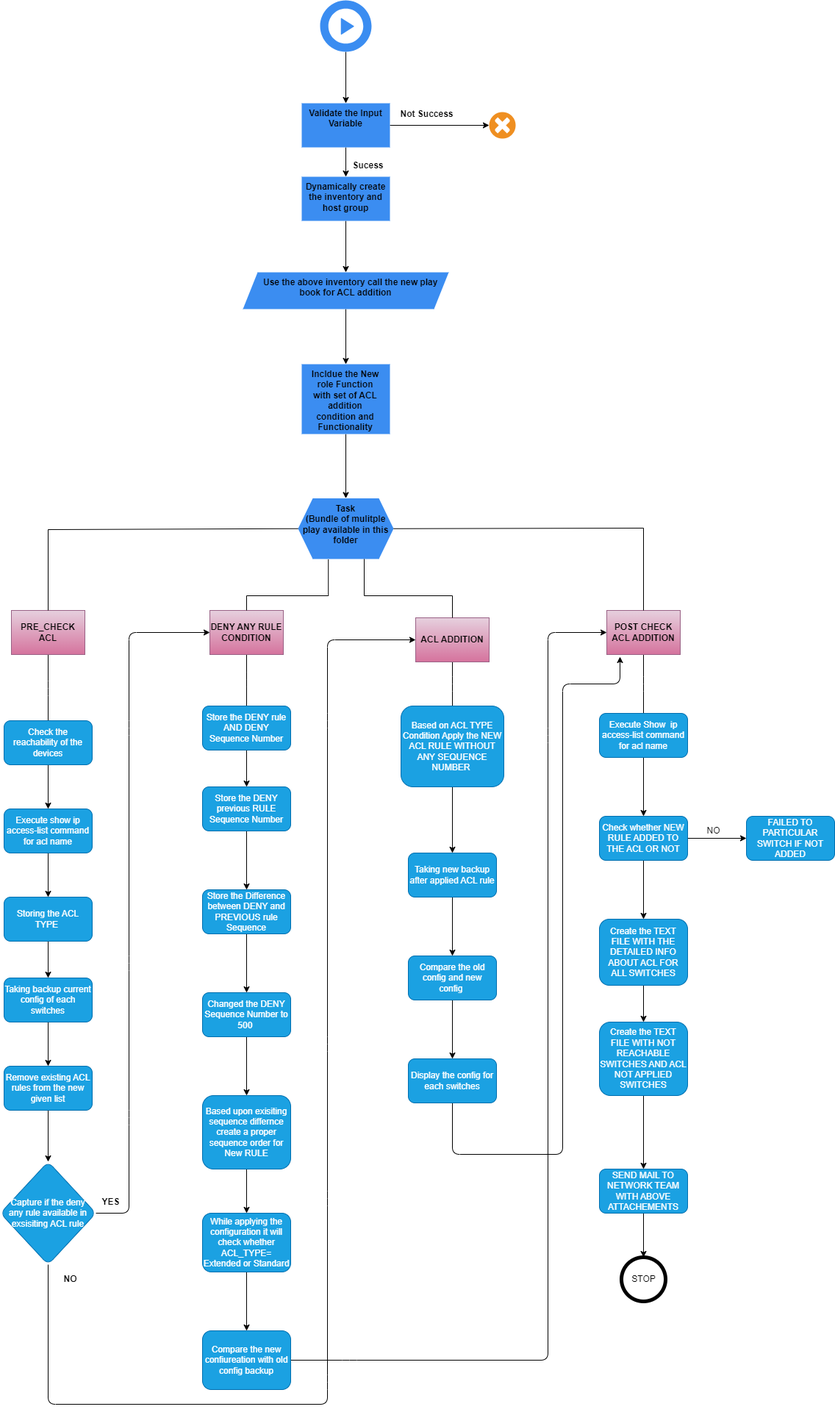
Before: acl-creation/Flow-diagram.drawio.png, a diagram exported from draw.io (sudhann92/network-client). Source tidied: cells renumbered, new cells last; positions are measured from the earlier drawing's top-left corner, leaving out a move shared by most shapes.
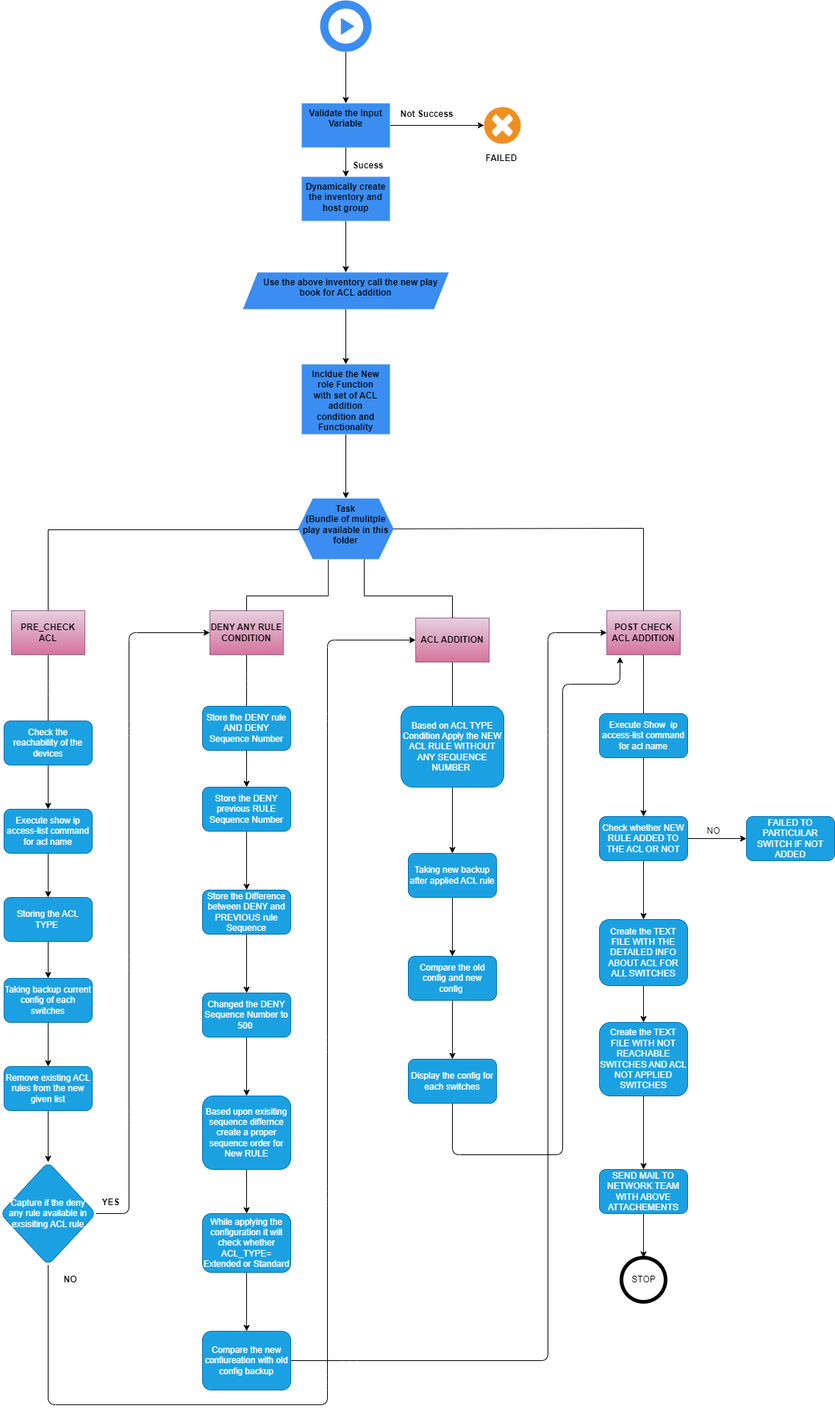
The same file after the commit.

Diff of the diagram source:
```diff
@@ -3,7 +3,7 @@
     <mxCell id="0" />
     <mxCell id="1" parent="0" />
     <mxCell id="2" style="shadow=0;dashed=0;html=1;strokeColor=none;fillColor=#EF8F21;labelPosition=center;verticalLabelPosition=bottom;verticalAlign=top;align=center;outlineConnect=0;shape=mxgraph.veeam.failed;" parent="1" vertex="1">
-      <mxGeometry x="665" y="152" width="36" height="36" as="geometry" />
+      <mxGeometry x="658" y="145" width="50" height="50" as="geometry" />
     </mxCell>
     <mxCell id="3" style="edgeStyle=none;html=1;" parent="1" edge="1" source="4" target="7">
       <mxGeometry relative="1" as="geometry" />
@@ -296,5 +296,8 @@
     <mxCell id="79" value="STOP" style="shape=ellipse;html=1;dashed=0;whitespace=wrap;strokeWidth=5;perimeter=ellipsePerimeter;" parent="1" vertex="1">
       <mxGeometry x="845" y="1710" width="60" height="60" as="geometry" />
     </mxCell>
+    <mxCell id="80" value="&lt;b&gt;FAILED&lt;/b&gt;&amp;nbsp;" style="text;html=1;align=center;verticalAlign=middle;strokeColor=none;fillColor=none;" parent="1" vertex="1">
+      <mxGeometry x="648" y="200" width="70" height="30" as="geometry" />
+    </mxCell>
   </root>
 </mxGraphModel>
```
